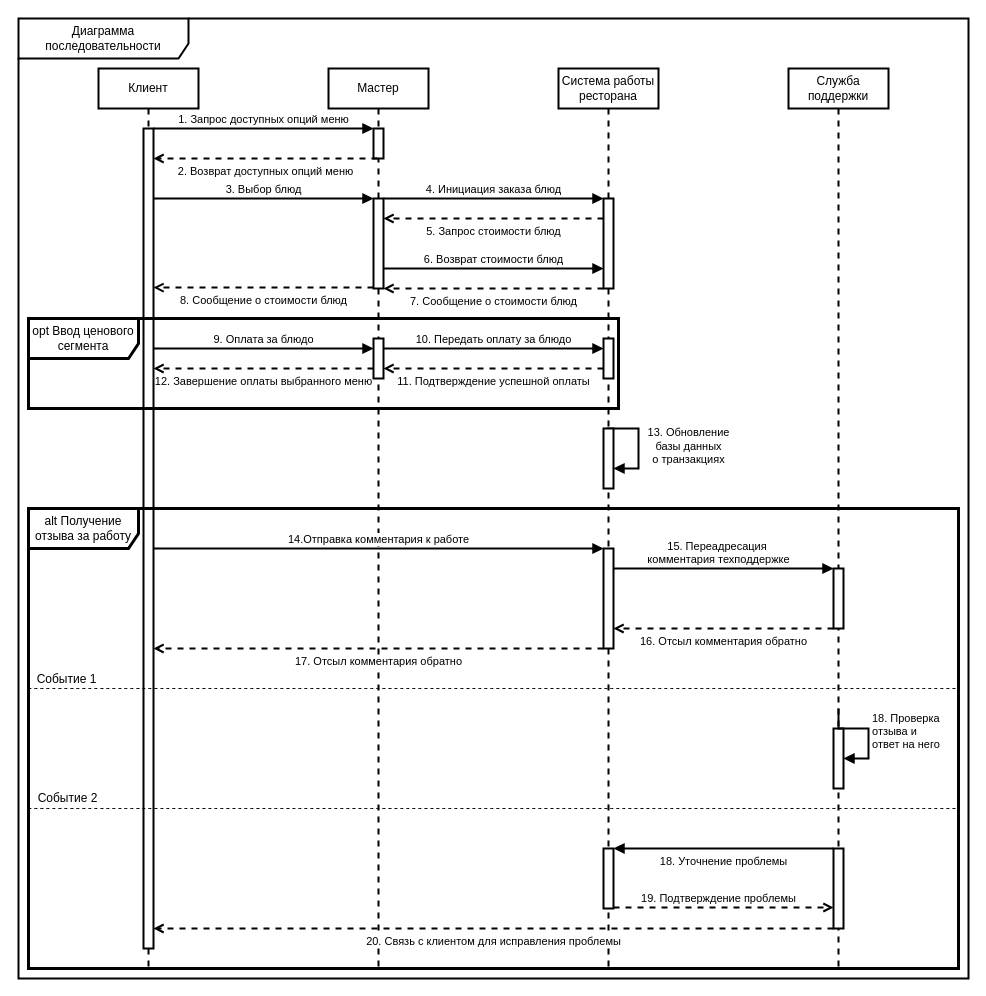
Earlier version of the draw.io diagram page "Page-1" (1 of 3) of 1.drawio (Helpmepleaseitishard/Aikms). Source tidied: cells renumbered, new cells numbered last; positions are measured from the earlier drawing's top-left corner, leaving out a move shared by most shapes. Both pictures are drawn from the tidied source at 100%, with x=0, y=0 at pixel (18, 18).
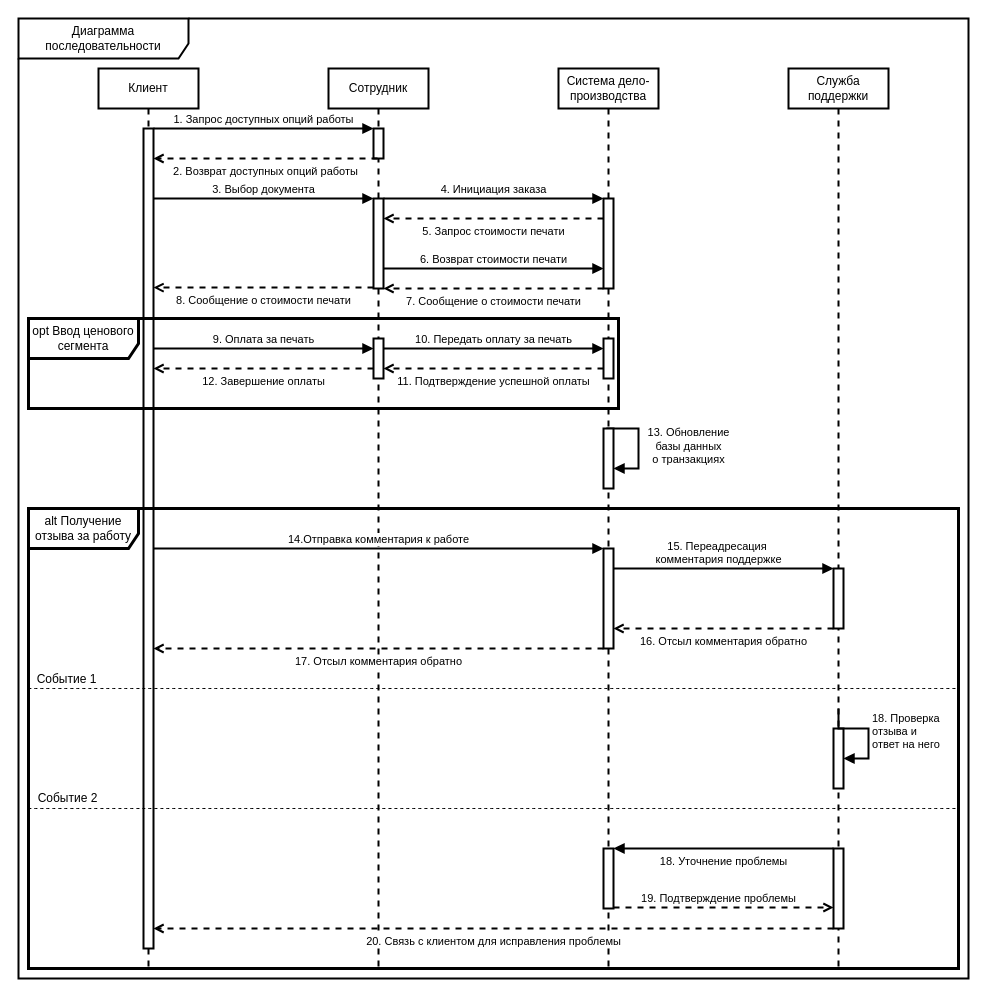
The same diagram, later.

Unchanged cells that the change refers to:
```xml
<mxCell id="10" style="html=1;points=[[0,0,0,0,5],[0,1,0,0,-5],[1,0,0,0,5],[1,1,0,0,-5]];perimeter=orthogonalPerimeter;outlineConnect=0;targetShapes=umlLifeline;portConstraint=eastwest;newEdgeStyle={&quot;curved&quot;:0,&quot;rounded&quot;:0};strokeWidth=2;" parent="7" vertex="1">
  <mxGeometry x="-185" y="270" width="10" height="40" as="geometry" />
</mxCell>
<mxCell id="11" style="html=1;points=[[0,0,0,0,5],[0,1,0,0,-5],[1,0,0,0,5],[1,1,0,0,-5]];perimeter=orthogonalPerimeter;outlineConnect=0;targetShapes=umlLifeline;portConstraint=eastwest;newEdgeStyle={&quot;curved&quot;:0,&quot;rounded&quot;:0};strokeWidth=2;" parent="7" vertex="1">
  <mxGeometry x="45" y="270" width="10" height="40" as="geometry" />
</mxCell>
<mxCell id="17" style="html=1;points=[[0,0,0,0,5],[0,1,0,0,-5],[1,0,0,0,5],[1,1,0,0,-5]];perimeter=orthogonalPerimeter;outlineConnect=0;targetShapes=umlLifeline;portConstraint=eastwest;newEdgeStyle={&quot;curved&quot;:0,&quot;rounded&quot;:0};strokeWidth=2;" parent="7" vertex="1">
  <mxGeometry x="-185" y="130" width="10" height="90" as="geometry" />
</mxCell>
<mxCell id="18" style="html=1;points=[[0,0,0,0,5],[0,1,0,0,-5],[1,0,0,0,5],[1,1,0,0,-5]];perimeter=orthogonalPerimeter;outlineConnect=0;targetShapes=umlLifeline;portConstraint=eastwest;newEdgeStyle={&quot;curved&quot;:0,&quot;rounded&quot;:0};strokeWidth=2;" parent="7" vertex="1">
  <mxGeometry x="45" y="130" width="10" height="90" as="geometry" />
</mxCell>
<mxCell id="25" style="html=1;points=[[0,0,0,0,5],[0,1,0,0,-5],[1,0,0,0,5],[1,1,0,0,-5]];perimeter=orthogonalPerimeter;outlineConnect=0;targetShapes=umlLifeline;portConstraint=eastwest;newEdgeStyle={&quot;curved&quot;:0,&quot;rounded&quot;:0};strokeWidth=2;" parent="1" vertex="1">
  <mxGeometry x="585" y="530" width="10" height="100" as="geometry" />
</mxCell>
<mxCell id="27" style="html=1;points=[[0,0,0,0,5],[0,1,0,0,-5],[1,0,0,0,5],[1,1,0,0,-5]];perimeter=orthogonalPerimeter;outlineConnect=0;targetShapes=umlLifeline;portConstraint=eastwest;newEdgeStyle={&quot;curved&quot;:0,&quot;rounded&quot;:0};strokeWidth=2;" parent="1" vertex="1">
  <mxGeometry x="815" y="550" width="10" height="60" as="geometry" />
</mxCell>
```

Diff of the diagram source:
```diff
@@
-    <mxCell id="5" value="Мастер" style="shape=umlLifeline;perimeter=lifelinePerimeter;whiteSpace=wrap;html=1;newEdgeStyle={&quot;curved&quot;:0,&quot;rounded&quot;:0};strokeWidth=2;" parent="1" vertex="1">
+    <mxCell id="5" value="Сотрудник" style="shape=umlLifeline;perimeter=lifelinePerimeter;whiteSpace=wrap;html=1;newEdgeStyle={&quot;curved&quot;:0,&quot;rounded&quot;:0};strokeWidth=2;" parent="1" vertex="1">
       <mxGeometry x="310" y="50" width="100" height="900" as="geometry" />
     </mxCell>
@@
-    <mxCell id="7" value="Система работы ресторана" style="shape=umlLifeline;perimeter=lifelinePerimeter;whiteSpace=wrap;html=1;newEdgeStyle={&quot;curved&quot;:0,&quot;rounded&quot;:0};strokeWidth=2;" parent="1" vertex="1">
+    <mxCell id="7" value="Система дело-производства" style="shape=umlLifeline;perimeter=lifelinePerimeter;whiteSpace=wrap;html=1;newEdgeStyle={&quot;curved&quot;:0,&quot;rounded&quot;:0};strokeWidth=2;" parent="1" vertex="1">
       <mxGeometry x="540" y="50" width="100" height="900" as="geometry" />
     </mxCell>
@@
-    <mxCell id="12" value="9. Оплата за блюдо" style="html=1;verticalAlign=bottom;endArrow=block;curved=0;rounded=0;strokeWidth=2;" parent="7" edge="1" target="10">
+    <mxCell id="12" value="9. Оплата за печать" style="html=1;verticalAlign=bottom;endArrow=block;curved=0;rounded=0;strokeWidth=2;" parent="7" edge="1" target="10">
       <mxGeometry relative="1" as="geometry">
         <mxPoint x="-405" y="280" as="sourcePoint" />
-        <Array as="points">
-          <mxPoint x="-300" y="280" />
-        </Array>
       </mxGeometry>
     </mxCell>
@@
-    <mxCell id="14" value="12. Завершение оплаты выбранного меню" style="html=1;verticalAlign=top;endArrow=open;curved=0;rounded=0;strokeWidth=2;dashed=1;endFill=0;" parent="7" edge="1" source="10">
+    <mxCell id="14" value="12. Завершение оплаты" style="html=1;verticalAlign=top;endArrow=open;curved=0;rounded=0;strokeWidth=2;dashed=1;endFill=0;" parent="7" edge="1" source="10">
       <mxGeometry relative="1" as="geometry">
         <mxPoint x="-405" y="300" as="targetPoint" />
         <Array as="points">
           <mxPoint x="-250" y="300" />
         </Array>
       </mxGeometry>
     </mxCell>
@@
-    <mxCell id="16" value="10. Передать оплату за блюдо" style="html=1;verticalAlign=bottom;endArrow=block;curved=0;rounded=0;strokeWidth=2;" parent="7" edge="1" source="10" target="11">
+    <mxCell id="16" value="10. Передать оплату за печать" style="html=1;verticalAlign=bottom;endArrow=block;curved=0;rounded=0;strokeWidth=2;" parent="7" edge="1" source="10" target="11">
       <mxGeometry relative="1" as="geometry">
         <Array as="points">
           <mxPoint x="-75" y="280" />
         </Array>
       </mxGeometry>
     </mxCell>
@@
-    <mxCell id="19" value="5. Запрос стоимости блюд" style="html=1;verticalAlign=top;endArrow=open;curved=0;rounded=0;strokeWidth=2;dashed=1;endFill=0;" parent="7" edge="1" source="18" target="17">
+    <mxCell id="19" value="5. Запрос стоимости печати" style="html=1;verticalAlign=top;endArrow=open;curved=0;rounded=0;strokeWidth=2;dashed=1;endFill=0;" parent="7" edge="1" source="18" target="17">
       <mxGeometry relative="1" as="geometry">
         <Array as="points">
           <mxPoint x="-70" y="150" />
         </Array>
       </mxGeometry>
     </mxCell>
-    <mxCell id="20" value="6. Возврат стоимости блюд" style="html=1;verticalAlign=bottom;endArrow=block;curved=0;rounded=0;strokeWidth=2;endFill=1;" parent="7" edge="1" source="17" target="18">
+    <mxCell id="20" value="6. Возврат стоимости печати" style="html=1;verticalAlign=bottom;endArrow=block;curved=0;rounded=0;strokeWidth=2;endFill=1;" parent="7" edge="1" source="17" target="18">
       <mxGeometry relative="1" as="geometry">
         <Array as="points">
           <mxPoint x="-70" y="200" />
         </Array>
       </mxGeometry>
     </mxCell>
-    <mxCell id="21" value="7. Сообщение о стоимости блюд" style="html=1;verticalAlign=top;endArrow=open;curved=0;rounded=0;strokeWidth=2;dashed=1;endFill=0;" parent="7" edge="1" source="18" target="17">
+    <mxCell id="21" value="7. Сообщение о стоимости печати" style="html=1;verticalAlign=top;endArrow=open;curved=0;rounded=0;strokeWidth=2;dashed=1;endFill=0;" parent="7" edge="1" source="18" target="17">
       <mxGeometry relative="1" as="geometry">
         <Array as="points">
           <mxPoint x="-80" y="220" />
         </Array>
       </mxGeometry>
     </mxCell>
-    <mxCell id="22" value="1. Запрос доступных опций меню" style="html=1;verticalAlign=bottom;endArrow=block;curved=0;rounded=0;strokeWidth=2;" parent="1" edge="1">
+    <mxCell id="22" value="1. Запрос доступных опций работы" style="html=1;verticalAlign=bottom;endArrow=block;curved=0;rounded=0;strokeWidth=2;" parent="1" edge="1">
       <mxGeometry relative="1" as="geometry">
         <mxPoint x="135" y="110" as="sourcePoint" />
         <mxPoint x="355" y="110" as="targetPoint" />
       </mxGeometry>
     </mxCell>
-    <mxCell id="23" value="2. Возврат доступных опций меню" style="html=1;verticalAlign=top;endArrow=open;curved=0;rounded=0;strokeWidth=2;dashed=1;endFill=0;" parent="1" edge="1">
+    <mxCell id="23" value="2. Возврат доступных опций работы" style="html=1;verticalAlign=top;endArrow=open;curved=0;rounded=0;strokeWidth=2;dashed=1;endFill=0;" parent="1" edge="1">
       <mxGeometry relative="1" as="geometry">
         <mxPoint x="359" y="140" as="sourcePoint" />
         <mxPoint x="135" y="140" as="targetPoint" />
         <Array as="points">
           <mxPoint x="240" y="140" />
         </Array>
       </mxGeometry>
     </mxCell>
@@
-    <mxCell id="35" value="&lt;div&gt;15. Переадресация&amp;nbsp;&lt;/div&gt;&lt;div&gt;комментария техподдержке&lt;/div&gt;" style="html=1;verticalAlign=bottom;endArrow=block;curved=0;rounded=0;strokeWidth=2;endFill=1;" parent="1" edge="1" source="25" target="27">
+    <mxCell id="35" value="&lt;div&gt;15. Переадресация&amp;nbsp;&lt;/div&gt;&lt;div&gt;комментария поддержке&lt;/div&gt;" style="html=1;verticalAlign=bottom;endArrow=block;curved=0;rounded=0;strokeWidth=2;endFill=1;" parent="1" edge="1" source="25" target="27">
       <mxGeometry x="-0.05" relative="1" as="geometry">
         <Array as="points">
           <mxPoint x="660" y="550" />
         </Array>
       </mxGeometry>
     </mxCell>
@@
-    <mxCell id="43" value="3. Выбор блюд" style="html=1;verticalAlign=bottom;endArrow=block;curved=0;rounded=0;strokeWidth=2;" parent="1" edge="1">
+    <mxCell id="43" value="3. Выбор документа" style="html=1;verticalAlign=bottom;endArrow=block;curved=0;rounded=0;strokeWidth=2;" parent="1" edge="1">
       <mxGeometry relative="1" as="geometry">
         <mxPoint x="135" y="180" as="sourcePoint" />
         <mxPoint x="355" y="180" as="targetPoint" />
         <Array as="points">
           <mxPoint x="250" y="180" />
         </Array>
       </mxGeometry>
     </mxCell>
-    <mxCell id="44" value="8. Сообщение о стоимости блюд" style="html=1;verticalAlign=top;endArrow=open;curved=0;rounded=0;strokeWidth=2;endFill=0;dashed=1;" parent="1" edge="1">
+    <mxCell id="44" value="8. Сообщение о стоимости печати" style="html=1;verticalAlign=top;endArrow=open;curved=0;rounded=0;strokeWidth=2;endFill=0;dashed=1;" parent="1" edge="1">
       <mxGeometry relative="1" as="geometry">
         <mxPoint x="355" y="269.1" as="sourcePoint" />
         <mxPoint x="135" y="269.1" as="targetPoint" />
         <Array as="points">
           <mxPoint x="240" y="269.1" />
         </Array>
       </mxGeometry>
     </mxCell>
-    <mxCell id="45" value="4. Инициация заказа блюд" style="html=1;verticalAlign=bottom;endArrow=block;curved=0;rounded=0;strokeWidth=2;" parent="1" edge="1">
+    <mxCell id="45" value="4. Инициация заказа" style="html=1;verticalAlign=bottom;endArrow=block;curved=0;rounded=0;strokeWidth=2;" parent="1" edge="1">
       <mxGeometry relative="1" as="geometry">
         <mxPoint x="365" y="180" as="sourcePoint" />
         <mxPoint x="585" y="180" as="targetPoint" />
         <Array as="points">
           <mxPoint x="470" y="180" />
         </Array>
       </mxGeometry>
     </mxCell>
```
